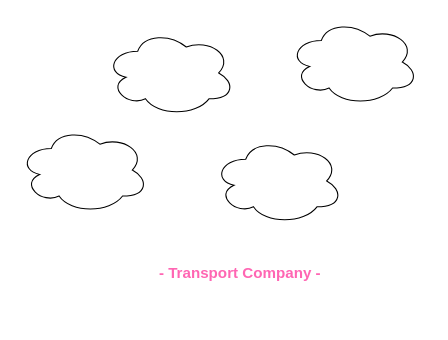
The draw.io diagram page "Brainstorming" (1 of 3) of Transport_Company.drawio in Queeen520/DATABASE_PLANNING, before the edit. Source tidied: cells renumbered, new cells numbered last; positions are measured from the earlier drawing's top-left corner, leaving out a move shared by most shapes. Both pictures are drawn from the tidied source at 108%, with x=0, y=0 at pixel (18, 18).
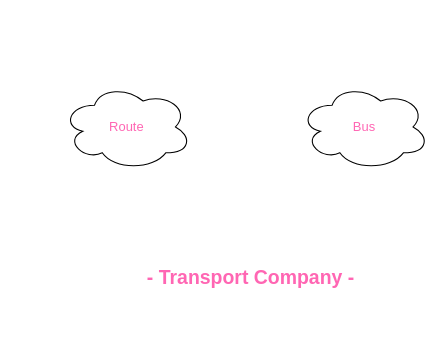
Above is the later version.

Change to the diagram source:
```diff
@@
 <mxGraphModel>
   <root>
     <mxCell id="0" />
     <mxCell id="1" parent="0" />
-    <mxCell id="2" value="&lt;h3&gt;&lt;b&gt;&lt;font color=&quot;#ff66b3&quot;&gt;- Transport Company -&lt;/font&gt;&lt;/b&gt;&lt;/h3&gt;" style="text;html=1;strokeColor=none;fillColor=none;align=center;verticalAlign=middle;whiteSpace=wrap;rounded=0;" parent="1" vertex="1">
-      <mxGeometry x="110" y="200" width="190" height="70" as="geometry" />
+    <mxCell id="2" value="&lt;h3&gt;&lt;b&gt;&lt;font color=&quot;#ff66b3&quot; style=&quot;font-size: 18px&quot;&gt;- Transport Company -&lt;/font&gt;&lt;/b&gt;&lt;/h3&gt;" style="text;html=1;strokeColor=none;fillColor=none;align=center;verticalAlign=middle;whiteSpace=wrap;rounded=0;" parent="1" vertex="1">
+      <mxGeometry x="110" y="200" width="210" height="80" as="geometry" />
     </mxCell>
-    <mxCell id="3" style="ellipse;shape=cloud;whiteSpace=wrap;html=1;fontColor=#FF66B3;" parent="1" vertex="1">
-      <mxGeometry y="100" width="120" height="80" as="geometry" />
-    </mxCell>
-    <mxCell id="4" style="ellipse;shape=cloud;whiteSpace=wrap;html=1;fontColor=#FF66B3;" parent="1" vertex="1">
-      <mxGeometry x="80" y="10" width="120" height="80" as="geometry" />
-    </mxCell>
-    <mxCell id="5" style="ellipse;shape=cloud;whiteSpace=wrap;html=1;fontColor=#FF66B3;" parent="1" vertex="1">
-      <mxGeometry x="180" y="110" width="120" height="80" as="geometry" />
-    </mxCell>
-    <mxCell id="6" style="ellipse;shape=cloud;whiteSpace=wrap;html=1;fontColor=#FF66B3;" parent="1" vertex="1">
-      <mxGeometry x="250" width="120" height="80" as="geometry" />
-    </mxCell>
+    <mxCell id="7" value="Bus" style="ellipse;shape=cloud;whiteSpace=wrap;html=1;fontColor=#FF66B3;" parent="1" vertex="1">
+      <mxGeometry x="260" y="60" width="120" height="80" as="geometry" />
+    </mxCell>
+    <mxCell id="8" value="Route" style="ellipse;shape=cloud;whiteSpace=wrap;html=1;fontColor=#FF66B3;" parent="1" vertex="1">
+      <mxGeometry x="40" y="60" width="120" height="80" as="geometry" />
+    </mxCell>
   </root>
 </mxGraphModel>
```
